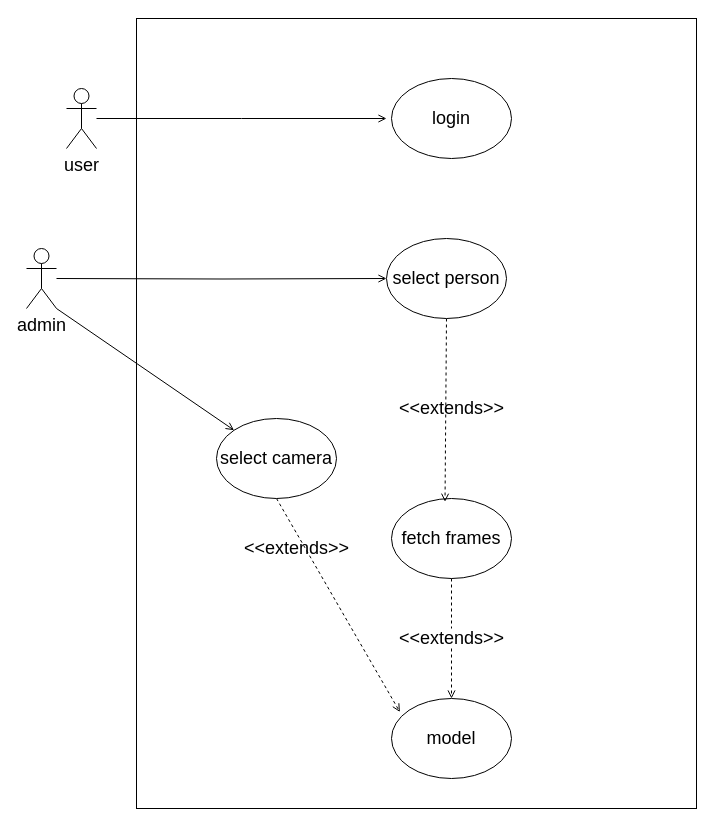
This is use_case_diagram.drawio from chauchausoup/major_diagrams, a draw.io file, before an edit. Source tidied: cells renumbered, new cells numbered last; positions are measured from the earlier drawing's top-left corner, leaving out a move shared by most shapes. Both pictures are drawn from the tidied source at 100%, with x=0, y=0 at pixel (26, 18).
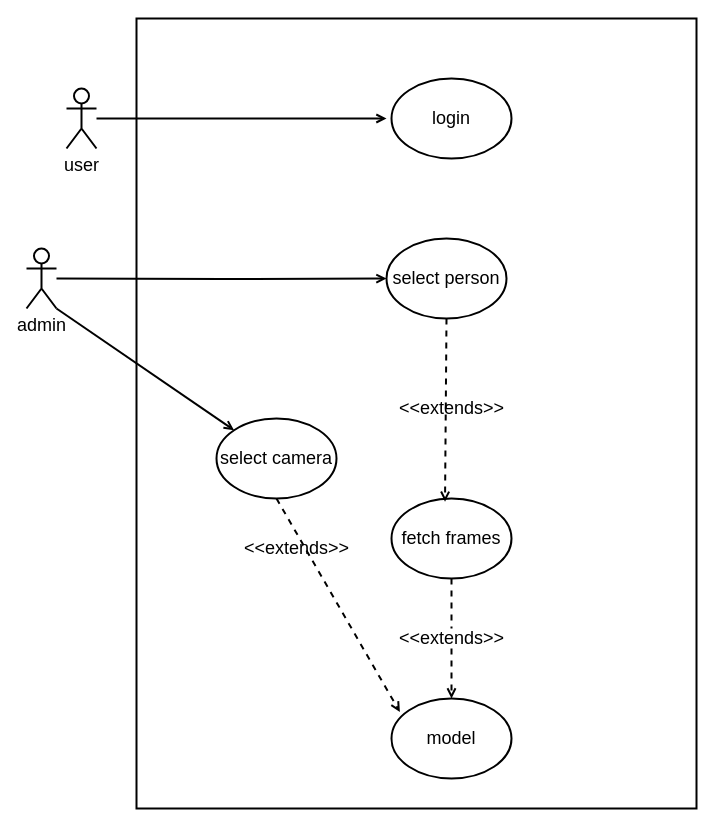
Above is the later version.

Change to the diagram source:
```diff
@@
-    <mxCell id="2" style="edgeStyle=orthogonalEdgeStyle;rounded=0;jettySize=auto;html=1;exitX=0.5;exitY=1;exitDx=0;exitDy=0;entryX=0.5;entryY=0;entryDx=0;entryDy=0;dashed=1;endArrow=open;endFill=0;" parent="1" edge="1" source="5" target="4">
+    <mxCell id="2" style="edgeStyle=orthogonalEdgeStyle;rounded=0;jettySize=auto;html=1;exitX=0.5;exitY=1;exitDx=0;exitDy=0;entryX=0.5;entryY=0;entryDx=0;entryDy=0;dashed=1;endArrow=open;endFill=0;strokeWidth=2;" parent="1" edge="1" source="5" target="4">
       <mxGeometry relative="1" as="geometry" />
     </mxCell>
-    <mxCell id="3" value="&lt;font style=&quot;font-size: 18px&quot;&gt;fetch frames&lt;/font&gt;" style="ellipse;whiteSpace=wrap;html=1;" parent="1" vertex="1">
+    <mxCell id="3" value="&lt;font style=&quot;font-size: 18px&quot;&gt;fetch frames&lt;/font&gt;" style="ellipse;whiteSpace=wrap;html=1;strokeWidth=2;" parent="1" vertex="1">
       <mxGeometry x="365" y="480" width="120" height="80" as="geometry" />
     </mxCell>
-    <mxCell id="4" value="&lt;font style=&quot;font-size: 18px&quot;&gt;model&lt;/font&gt;" style="ellipse;whiteSpace=wrap;html=1;" parent="1" vertex="1">
+    <mxCell id="4" value="&lt;font style=&quot;font-size: 18px&quot;&gt;model&lt;/font&gt;" style="ellipse;whiteSpace=wrap;html=1;strokeWidth=2;" parent="1" vertex="1">
       <mxGeometry x="365" y="680" width="120" height="80" as="geometry" />
     </mxCell>
-    <mxCell id="5" value="&lt;font style=&quot;font-size: 18px&quot;&gt;&amp;lt;&amp;lt;extends&amp;gt;&amp;gt;&lt;/font&gt;" style="text;html=1;align=center;verticalAlign=middle;points=[];" parent="1" vertex="1">
+    <mxCell id="5" value="&lt;font style=&quot;font-size: 18px&quot;&gt;&amp;lt;&amp;lt;extends&amp;gt;&amp;gt;&lt;/font&gt;" style="text;html=1;align=center;verticalAlign=middle;points=[];strokeWidth=2;" parent="1" vertex="1">
       <mxGeometry x="365" y="610" width="120" height="20" as="geometry" />
     </mxCell>
-    <mxCell id="6" style="edgeStyle=orthogonalEdgeStyle;rounded=0;jettySize=auto;html=1;exitX=0.5;exitY=1;exitDx=0;exitDy=0;entryX=0.5;entryY=0;entryDx=0;entryDy=0;dashed=1;endArrow=none;endFill=0;" parent="1" edge="1" source="3" target="5">
+    <mxCell id="6" style="edgeStyle=orthogonalEdgeStyle;rounded=0;jettySize=auto;html=1;exitX=0.5;exitY=1;exitDx=0;exitDy=0;entryX=0.5;entryY=0;entryDx=0;entryDy=0;dashed=1;endArrow=none;endFill=0;strokeWidth=2;" parent="1" edge="1" source="3" target="5">
       <mxGeometry relative="1" as="geometry" />
     </mxCell>
-    <mxCell id="7" style="edgeStyle=orthogonalEdgeStyle;rounded=0;jettySize=auto;html=1;endArrow=open;endFill=0;" parent="1" edge="1" source="8">
+    <mxCell id="7" style="edgeStyle=orthogonalEdgeStyle;rounded=0;jettySize=auto;html=1;endArrow=open;endFill=0;strokeWidth=2;" parent="1" edge="1" source="8">
       <mxGeometry relative="1" as="geometry">
         <mxPoint x="360" y="100" as="targetPoint" />
       </mxGeometry>
     </mxCell>
-    <mxCell id="8" value="&lt;font style=&quot;font-size: 18px&quot;&gt;user&lt;/font&gt;" style="shape=umlActor;verticalLabelPosition=bottom;verticalAlign=top;html=1;outlineConnect=0;" parent="1" vertex="1">
+    <mxCell id="8" value="&lt;font style=&quot;font-size: 18px&quot;&gt;user&lt;/font&gt;" style="shape=umlActor;verticalLabelPosition=bottom;verticalAlign=top;html=1;outlineConnect=0;strokeWidth=2;" parent="1" vertex="1">
       <mxGeometry x="40" y="70" width="30" height="60" as="geometry" />
     </mxCell>
-    <mxCell id="9" style="edgeStyle=none;rounded=0;jettySize=auto;html=1;exitX=0.5;exitY=1;exitDx=0;exitDy=0;entryX=0.07;entryY=0.169;entryDx=0;entryDy=0;entryPerimeter=0;dashed=1;endArrow=open;endFill=0;" parent="1" edge="1" source="10" target="4">
+    <mxCell id="9" style="edgeStyle=none;rounded=0;jettySize=auto;html=1;exitX=0.5;exitY=1;exitDx=0;exitDy=0;entryX=0.07;entryY=0.169;entryDx=0;entryDy=0;entryPerimeter=0;dashed=1;endArrow=open;endFill=0;strokeWidth=2;" parent="1" edge="1" source="10" target="4">
       <mxGeometry relative="1" as="geometry" />
     </mxCell>
-    <mxCell id="10" value="&lt;font style=&quot;font-size: 18px&quot;&gt;select camera&lt;/font&gt;" style="ellipse;whiteSpace=wrap;html=1;" parent="1" vertex="1">
+    <mxCell id="10" value="&lt;font style=&quot;font-size: 18px&quot;&gt;select camera&lt;/font&gt;" style="ellipse;whiteSpace=wrap;html=1;strokeWidth=2;" parent="1" vertex="1">
       <mxGeometry x="190" y="400" width="120" height="80" as="geometry" />
     </mxCell>
-    <mxCell id="11" value="&lt;font style=&quot;font-size: 18px&quot;&gt;login&lt;/font&gt;" style="ellipse;whiteSpace=wrap;html=1;" parent="1" vertex="1">
+    <mxCell id="11" value="&lt;font style=&quot;font-size: 18px&quot;&gt;login&lt;/font&gt;" style="ellipse;whiteSpace=wrap;html=1;strokeWidth=2;" parent="1" vertex="1">
       <mxGeometry x="365" y="60" width="120" height="80" as="geometry" />
     </mxCell>
-    <mxCell id="12" style="edgeStyle=none;rounded=0;jettySize=auto;html=1;exitX=0.5;exitY=1;exitDx=0;exitDy=0;entryX=0.446;entryY=0.041;entryDx=0;entryDy=0;entryPerimeter=0;endArrow=open;endFill=0;dashed=1;" parent="1" edge="1" source="13" target="3">
+    <mxCell id="12" style="edgeStyle=none;rounded=0;jettySize=auto;html=1;exitX=0.5;exitY=1;exitDx=0;exitDy=0;entryX=0.446;entryY=0.041;entryDx=0;entryDy=0;entryPerimeter=0;endArrow=open;endFill=0;dashed=1;strokeWidth=2;" parent="1" edge="1" source="13" target="3">
       <mxGeometry relative="1" as="geometry" />
     </mxCell>
-    <mxCell id="13" value="&lt;font style=&quot;font-size: 18px&quot;&gt;select person&lt;/font&gt;" style="ellipse;whiteSpace=wrap;html=1;" parent="1" vertex="1">
+    <mxCell id="13" value="&lt;font style=&quot;font-size: 18px&quot;&gt;select person&lt;/font&gt;" style="ellipse;whiteSpace=wrap;html=1;strokeWidth=2;" parent="1" vertex="1">
       <mxGeometry x="360" y="220" width="120" height="80" as="geometry" />
     </mxCell>
-    <mxCell id="14" value="&lt;font style=&quot;font-size: 18px&quot;&gt;&amp;lt;&amp;lt;extends&amp;gt;&amp;gt;&lt;/font&gt;" style="text;html=1;align=center;verticalAlign=middle;" parent="1" vertex="1">
+    <mxCell id="14" value="&lt;font style=&quot;font-size: 18px&quot;&gt;&amp;lt;&amp;lt;extends&amp;gt;&amp;gt;&lt;/font&gt;" style="text;html=1;align=center;verticalAlign=middle;strokeWidth=2;" parent="1" vertex="1">
       <mxGeometry x="365" y="380" width="120" height="20" as="geometry" />
     </mxCell>
-    <mxCell id="15" value="&lt;font style=&quot;font-size: 18px&quot;&gt;&amp;lt;&amp;lt;extends&amp;gt;&amp;gt;&lt;/font&gt;" style="text;html=1;align=center;verticalAlign=middle;" parent="1" vertex="1">
+    <mxCell id="15" value="&lt;font style=&quot;font-size: 18px&quot;&gt;&amp;lt;&amp;lt;extends&amp;gt;&amp;gt;&lt;/font&gt;" style="text;html=1;align=center;verticalAlign=middle;strokeWidth=2;" parent="1" vertex="1">
       <mxGeometry x="210" y="520" width="120" height="20" as="geometry" />
     </mxCell>
-    <mxCell id="16" style="rounded=0;jettySize=auto;html=1;exitX=1;exitY=1;exitDx=0;exitDy=0;exitPerimeter=0;entryX=0;entryY=0;entryDx=0;entryDy=0;endArrow=open;endFill=0;" parent="1" edge="1" source="17" target="10">
+    <mxCell id="16" style="rounded=0;jettySize=auto;html=1;exitX=1;exitY=1;exitDx=0;exitDy=0;exitPerimeter=0;entryX=0;entryY=0;entryDx=0;entryDy=0;endArrow=open;endFill=0;strokeWidth=2;" parent="1" edge="1" source="17" target="10">
       <mxGeometry relative="1" as="geometry" />
     </mxCell>
-    <mxCell id="17" value="&lt;span style=&quot;font-size: 18px&quot;&gt;admin&lt;/span&gt;" style="shape=umlActor;verticalLabelPosition=bottom;verticalAlign=top;html=1;outlineConnect=0;" parent="1" vertex="1">
+    <mxCell id="17" value="&lt;span style=&quot;font-size: 18px&quot;&gt;admin&lt;/span&gt;" style="shape=umlActor;verticalLabelPosition=bottom;verticalAlign=top;html=1;outlineConnect=0;strokeWidth=2;" parent="1" vertex="1">
       <mxGeometry y="230" width="30" height="60" as="geometry" />
     </mxCell>
-    <mxCell id="18" style="edgeStyle=orthogonalEdgeStyle;rounded=0;jettySize=auto;html=1;endArrow=open;endFill=0;entryX=0;entryY=0.5;entryDx=0;entryDy=0;" parent="1" edge="1" target="13">
+    <mxCell id="18" style="edgeStyle=orthogonalEdgeStyle;rounded=0;jettySize=auto;html=1;endArrow=open;endFill=0;entryX=0;entryY=0.5;entryDx=0;entryDy=0;strokeWidth=2;" parent="1" edge="1" target="13">
       <mxGeometry relative="1" as="geometry">
         <mxPoint x="30" y="260" as="sourcePoint" />
       </mxGeometry>
     </mxCell>
-    <mxCell id="19" style="rounded=0;whiteSpace=wrap;html=1;fillColor=none;" parent="1" vertex="1">
+    <mxCell id="19" style="rounded=0;whiteSpace=wrap;html=1;fillColor=none;strokeWidth=2;" parent="1" vertex="1">
       <mxGeometry x="110" width="560" height="790" as="geometry" />
     </mxCell>
```
